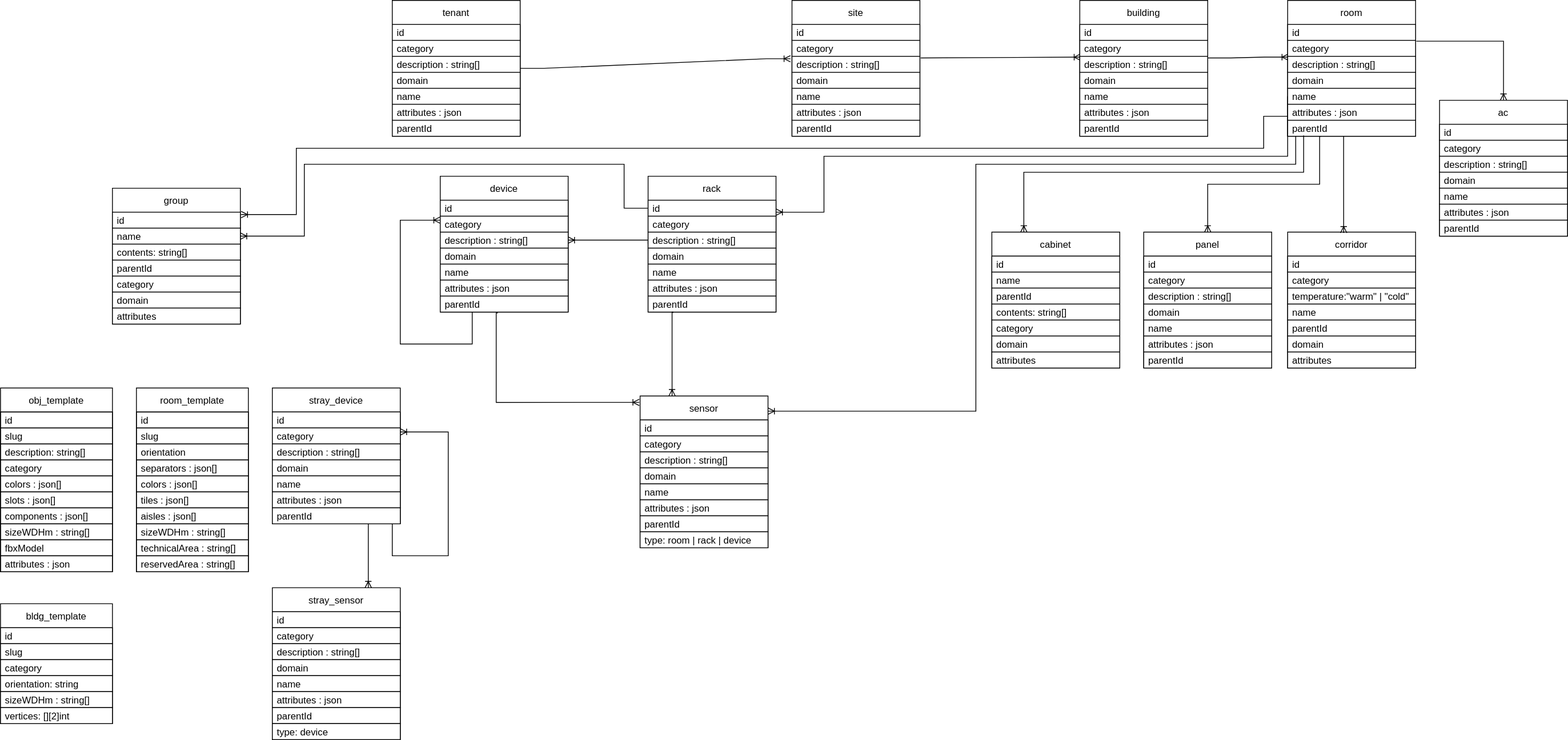
The draw.io diagram resources/diagrams/DB_Diagram.svg in ditrit/OGrEE-Core, before a commit. Source tidied: cells renumbered, new cells last; positions are measured from the earlier drawing's top-left corner, leaving out a move shared by most shapes.
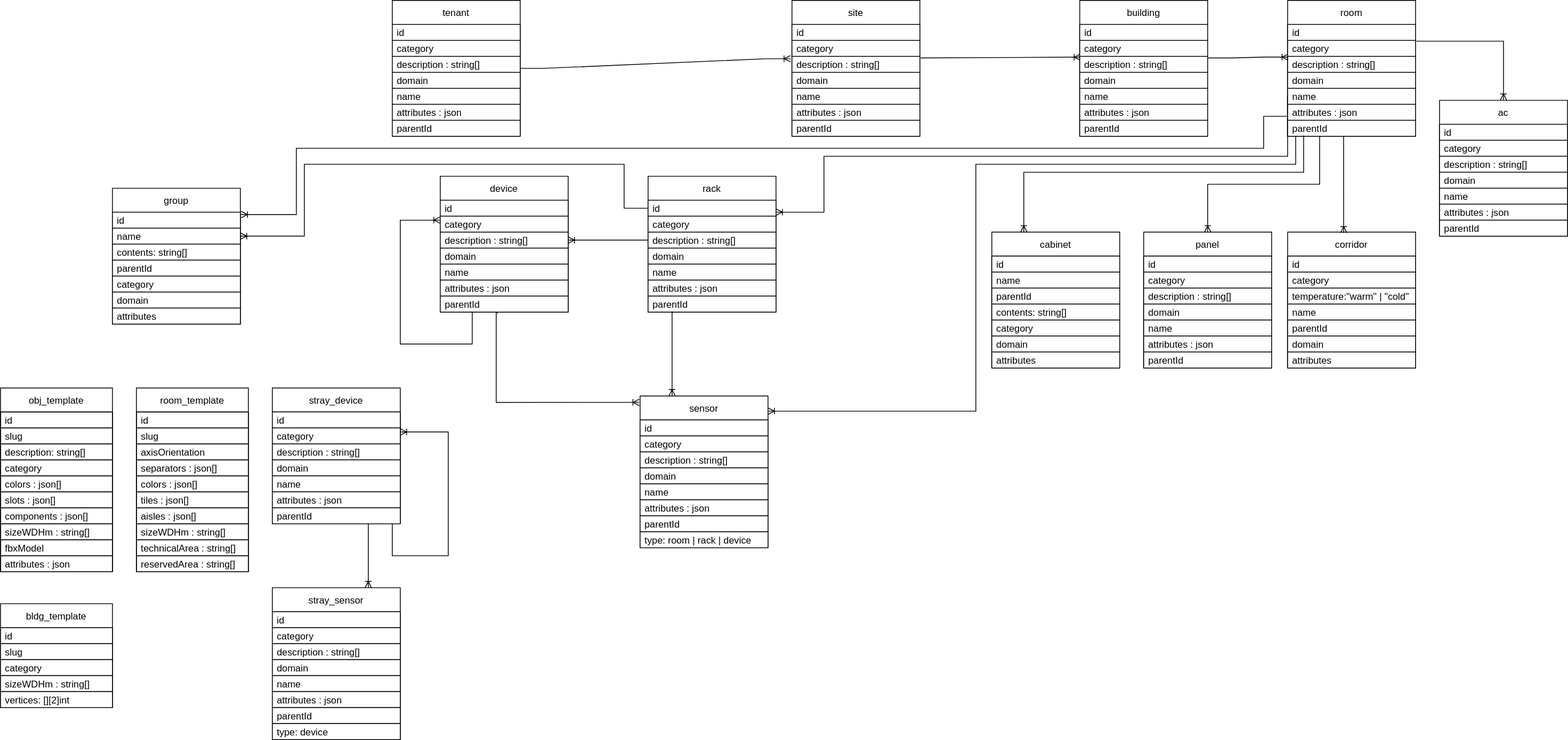
Later version of the same file.

Commit message:
Updated Room & Bldg Templates in DB Diagram

Change to the diagram source:
```diff
@@ -44,7 +44,7 @@
     <mxCell id="15" value="slug" style="text;strokeColor=default;fillColor=none;align=left;verticalAlign=middle;spacingLeft=4;spacingRight=4;overflow=hidden;fontColor=default;" parent="13" vertex="1">
       <mxGeometry y="50" width="140" height="20" as="geometry" />
     </mxCell>
-    <mxCell id="16" value="orientation" style="text;strokeColor=default;fillColor=none;align=left;verticalAlign=middle;spacingLeft=4;spacingRight=4;overflow=hidden;fontColor=default;" parent="13" vertex="1">
+    <mxCell id="16" value="axisOrientation" style="text;strokeColor=default;fillColor=none;align=left;verticalAlign=middle;spacingLeft=4;spacingRight=4;overflow=hidden;fontColor=default;" parent="13" vertex="1">
       <mxGeometry y="70" width="140" height="20" as="geometry" />
     </mxCell>
     <mxCell id="17" value="separators : json[]" style="text;strokeColor=default;fillColor=none;align=left;verticalAlign=middle;spacingLeft=4;spacingRight=4;overflow=hidden;fontColor=default;" parent="13" vertex="1">
@@ -574,7 +574,7 @@
       </mxGeometry>
     </mxCell>
     <mxCell id="165" value="bldg_template" style="swimlane;fontStyle=0;horizontal=1;startSize=30;fillColor=default;strokeColor=default;fontColor=default;" parent="1" vertex="1">
-      <mxGeometry y="755" width="140" height="150" as="geometry" />
+      <mxGeometry y="755" width="140" height="130" as="geometry" />
     </mxCell>
     <mxCell id="166" value="id" style="text;strokeColor=default;fillColor=default;align=left;verticalAlign=middle;spacingLeft=4;spacingRight=4;overflow=hidden;fontColor=default;" parent="165" vertex="1">
       <mxGeometry y="30" width="140" height="20" as="geometry" />
@@ -585,14 +585,11 @@
     <mxCell id="168" value="category" style="text;strokeColor=default;fillColor=default;align=left;verticalAlign=middle;spacingLeft=4;spacingRight=4;overflow=hidden;fontColor=default;" parent="165" vertex="1">
       <mxGeometry y="70" width="140" height="20" as="geometry" />
     </mxCell>
-    <mxCell id="169" value="orientation: string" style="text;strokeColor=default;fillColor=default;align=left;verticalAlign=middle;spacingLeft=4;spacingRight=4;overflow=hidden;fontColor=default;" parent="165" vertex="1">
-      <mxGeometry y="90" width="140" height="20" as="geometry" />
-    </mxCell>
     <mxCell id="170" value="sizeWDHm : string[]" style="text;strokeColor=default;fillColor=default;align=left;verticalAlign=middle;spacingLeft=4;spacingRight=4;overflow=hidden;fontColor=default;" parent="165" vertex="1">
-      <mxGeometry y="110" width="140" height="20" as="geometry" />
+      <mxGeometry y="90" width="140" height="20" as="geometry" />
     </mxCell>
     <mxCell id="171" value="vertices: [][2]int" style="text;strokeColor=default;fillColor=default;align=left;verticalAlign=middle;spacingLeft=4;spacingRight=4;overflow=hidden;fontColor=default;" parent="165" vertex="1">
-      <mxGeometry y="130" width="140" height="20" as="geometry" />
+      <mxGeometry y="110" width="140" height="20" as="geometry" />
     </mxCell>
   </root>
 </mxGraphModel>
```
